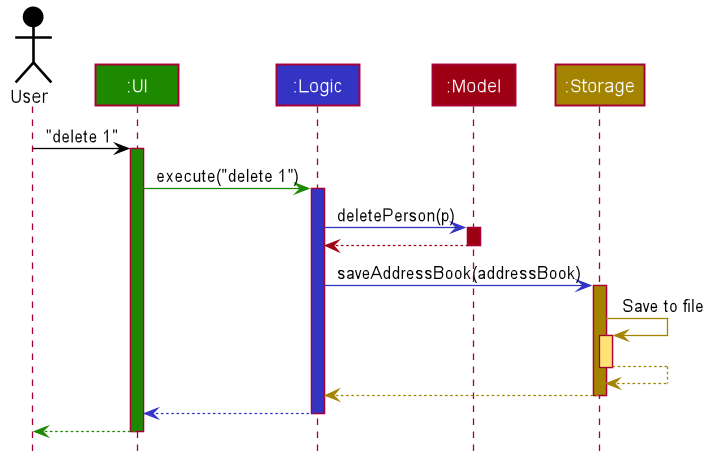
Earlier version of the PlantUML export docs/images/ArchitectureSequenceDiagram.png (nus-cs2103-AY2122S1/tp).
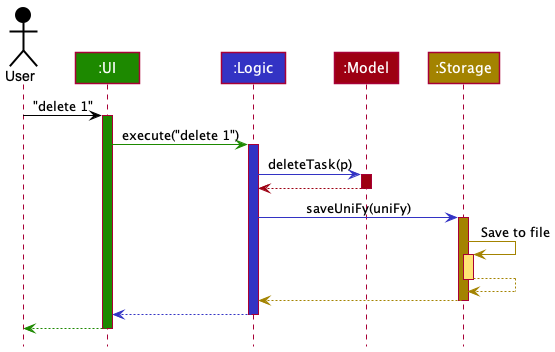
The same diagram one commit later.

Commit message:
correct filename

What changed in the source:
```diff
@@ -1,85 +1,38 @@
 @startuml
+!include style.puml
 
+Actor User as user USER_COLOR
+Participant ":UI" as ui UI_COLOR
+Participant ":Logic" as logic LOGIC_COLOR
+Participant ":Model" as model MODEL_COLOR
+Participant ":Storage" as storage STORAGE_COLOR
 
+user -[USER_COLOR]> ui : "delete 1"
+activate ui UI_COLOR
 
+ui -[UI_COLOR]> logic : execute("delete 1")
+activate logic LOGIC_COLOR
 
+logic -[LOGIC_COLOR]> model : deleteTask(p)
+activate model MODEL_COLOR
 
-
-
-
-skinparam BackgroundColor #FFFFFFF
-
-skinparam Shadowing false
-
-skinparam Class {
-    FontColor #FFFFFF
-    BorderThickness 1
-    BorderColor #FFFFFF
-    StereotypeFontColor #FFFFFF
-    FontName Arial
-}
-
-skinparam Actor {
-    BorderColor #000000
-    Color #000000
-    FontName Arial
-}
-
-skinparam Sequence {
-    MessageAlign center
-    BoxFontSize 15
-    BoxPadding 0
-    BoxFontColor #FFFFFF
-    FontName Arial
-}
-
-skinparam Participant {
-    FontColor #FFFFFFF
-    Padding 20
-}
-
-skinparam MinClassWidth 50
-skinparam ParticipantPadding 10
-skinparam Shadowing false
-skinparam DefaultTextAlignment center
-skinparam packageStyle Rectangle
-
-hide footbox
-hide members
-hide circle
-
-Actor User as user #000000
-Participant ":UI" as ui #1D8900
-Participant ":Logic" as logic #3333C4
-Participant ":Model" as model #9D0012
-Participant ":Storage" as storage #A38300
-
-user -[#000000]> ui : "delete 1"
-activate ui #1D8900
-
-ui -[#1D8900]> logic : execute("delete 1")
-activate logic #3333C4
-
-logic -[#3333C4]> model : deletePerson(p)
-activate model #9D0012
-
-model -[#9D0012]-> logic
+model -[MODEL_COLOR]-> logic
 deactivate model
 
-logic -[#3333C4]> storage : saveAddressBook(addressBook)
-activate storage #A38300
+logic -[LOGIC_COLOR]> storage : saveUniFy(uniFy)
+activate storage STORAGE_COLOR
 
-storage -[#A38300]> storage : Save to file
-activate storage #FFE374
-storage --[#A38300]> storage
+storage -[STORAGE_COLOR]> storage : Save to file
+activate storage STORAGE_COLOR_T1
+storage --[STORAGE_COLOR]> storage
 deactivate storage
 
-storage --[#A38300]> logic
+storage --[STORAGE_COLOR]> logic
 deactivate storage
 
-logic --[#3333C4]> ui
+logic --[LOGIC_COLOR]> ui
 deactivate logic
 
-ui--[#1D8900]> user
+ui--[UI_COLOR]> user
 deactivate ui
 @enduml
```
